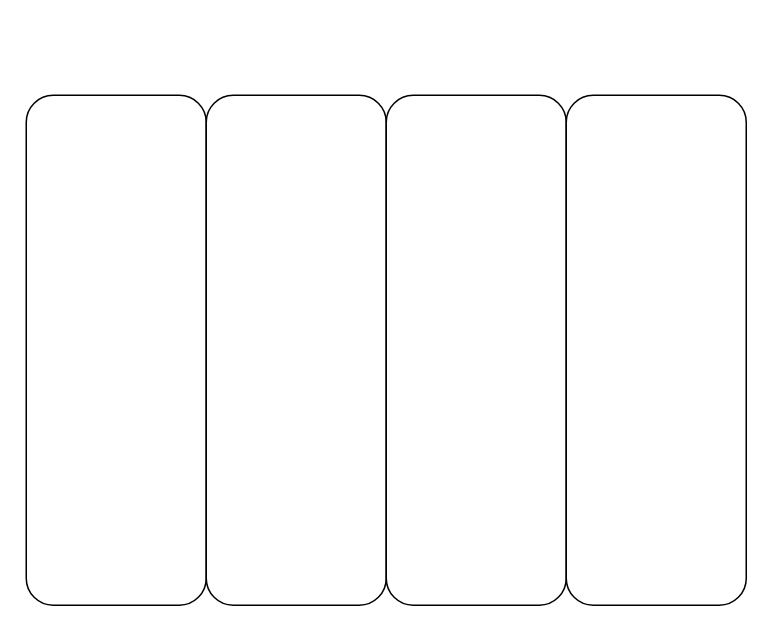
Above: Retailer Sales Performance.drawio in SanjibSaikia/Bayer-Hackathon (draw.io), before the change. Source tidied: cells renumbered, new cells numbered last; positions are measured from the earlier drawing's top-left corner, leaving out a move shared by most shapes. Both pictures are drawn from the tidied source at 150%, with x=0, y=0 at pixel (26, 94).
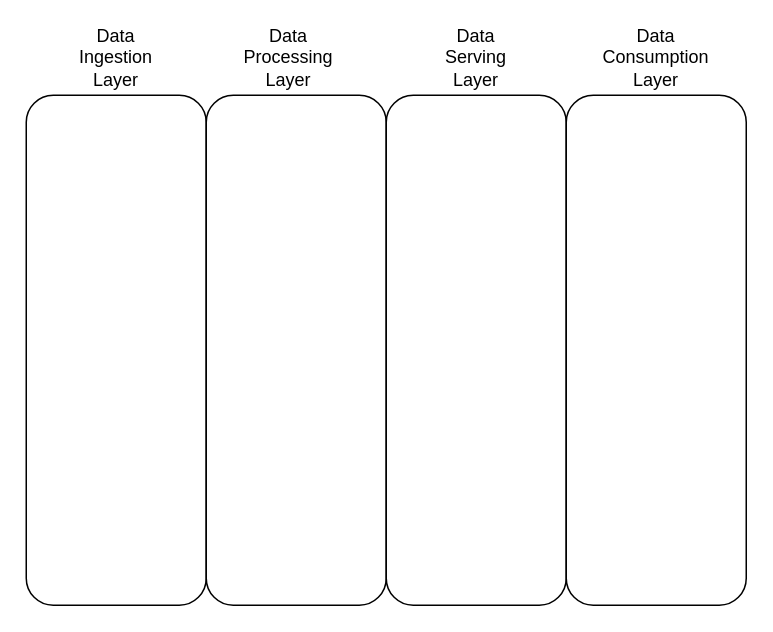
Above is the later version.

What changed in the source:
```diff
@@
 <mxGraphModel>
   <root>
     <mxCell id="0" />
     <mxCell id="1" parent="0" />
     <mxCell id="2" style="rounded=1;whiteSpace=wrap;html=1;" parent="1" vertex="1">
       <mxGeometry width="120" height="340" as="geometry" />
     </mxCell>
     <mxCell id="3" style="rounded=1;whiteSpace=wrap;html=1;" parent="1" vertex="1">
       <mxGeometry x="120" width="120" height="340" as="geometry" />
     </mxCell>
     <mxCell id="4" style="rounded=1;whiteSpace=wrap;html=1;" parent="1" vertex="1">
       <mxGeometry x="240" width="120" height="340" as="geometry" />
     </mxCell>
     <mxCell id="5" style="rounded=1;whiteSpace=wrap;html=1;" parent="1" vertex="1">
       <mxGeometry x="360" width="120" height="340" as="geometry" />
     </mxCell>
+    <mxCell id="6" value="Data Ingestion Layer" style="text;html=1;whiteSpace=wrap;strokeColor=none;fillColor=none;align=center;verticalAlign=middle;rounded=0;" parent="1" vertex="1">
+      <mxGeometry x="25" y="-40" width="70" height="30" as="geometry" />
+    </mxCell>
+    <mxCell id="7" value="Data Processing Layer" style="text;html=1;whiteSpace=wrap;strokeColor=none;fillColor=none;align=center;verticalAlign=middle;rounded=0;" parent="1" vertex="1">
+      <mxGeometry x="140" y="-40" width="70" height="30" as="geometry" />
+    </mxCell>
+    <mxCell id="8" value="Data Serving Layer" style="text;html=1;whiteSpace=wrap;strokeColor=none;fillColor=none;align=center;verticalAlign=middle;rounded=0;" parent="1" vertex="1">
+      <mxGeometry x="265" y="-40" width="70" height="30" as="geometry" />
+    </mxCell>
+    <mxCell id="9" value="Data Consumption Layer" style="text;html=1;whiteSpace=wrap;strokeColor=none;fillColor=none;align=center;verticalAlign=middle;rounded=0;" parent="1" vertex="1">
+      <mxGeometry x="385" y="-40" width="70" height="30" as="geometry" />
+    </mxCell>
   </root>
 </mxGraphModel>
```
